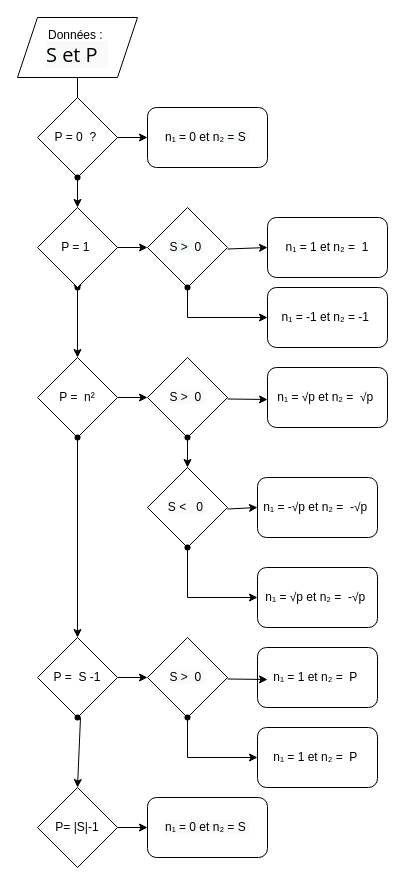
Earlier version of the draw.io diagram Algorithmique/Figures/Deroule.drawio (dhenin/Repository). Source tidied: cells renumbered, new cells numbered last; positions are measured from the earlier drawing's top-left corner, leaving out a move shared by most shapes. Both pictures are drawn from the tidied source at 100%, with x=0, y=0 at pixel (17, 17).
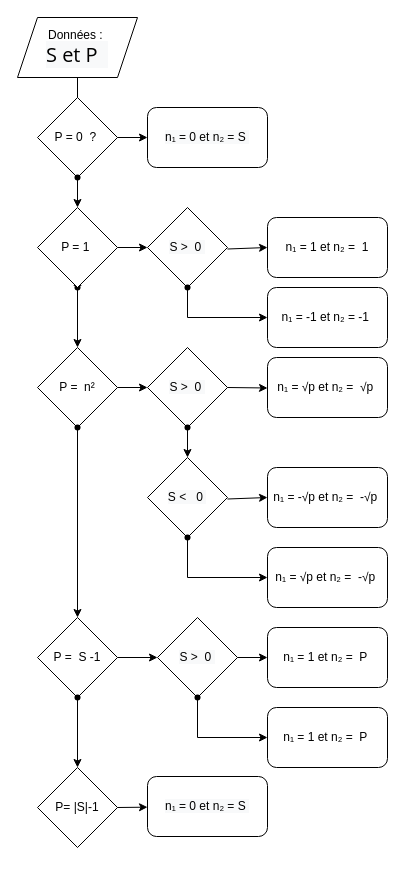
The same diagram, later.

Commit message (it also covers changes not shown here):
Mettre à jour Deroule.drawio

Change to the diagram source:
```diff
@@
     <mxCell id="11" style="endArrow=classic;html=1;rounded=0;exitDx=0;exitDy=0;" parent="1" edge="1" source="34">
       <mxGeometry relative="1" as="geometry">
-        <mxPoint x="59.5" y="415" as="targetPoint" />
+        <mxPoint x="59.5" y="405" as="targetPoint" />
         <Array as="points">
-          <mxPoint x="60" y="390" />
+          <mxPoint x="60" y="380" />
         </Array>
       </mxGeometry>
     </mxCell>
@@
     <mxCell id="18" value="&lt;span style=&quot;color: rgb(0, 0, 0); font-family: Helvetica, &amp;quot;VP Default&amp;quot;; font-size: 12px; font-style: normal; font-variant-ligatures: normal; font-variant-caps: normal; font-weight: 400; letter-spacing: normal; orphans: 2; text-align: center; text-indent: 0px; text-transform: none; widows: 2; word-spacing: 0px; -webkit-text-stroke-width: 0px; background-color: rgb(248, 249, 250); text-decoration-thickness: initial; text-decoration-style: initial; text-decoration-color: initial; float: none; display: inline !important;&quot;&gt;S &amp;gt;&amp;nbsp; 0&amp;nbsp;&lt;/span&gt;" style="rhombus;whiteSpace=wrap;html=1;" parent="1" vertex="1">
-      <mxGeometry x="130" y="340" width="80" height="80" as="geometry" />
+      <mxGeometry x="130" y="330" width="80" height="80" as="geometry" />
     </mxCell>
     <mxCell id="19" style="shape=waypoint;sketch=0;fillStyle=solid;size=6;fillColor=none;perimeter=centerPerimeter;" parent="1" vertex="1">
-      <mxGeometry x="160" y="410" width="20" height="20" as="geometry" />
+      <mxGeometry x="160" y="400" width="20" height="20" as="geometry" />
     </mxCell>
     <mxCell id="20" value="n₁ = √p et n₂ =&amp;nbsp; √p&amp;nbsp;" style="rounded=1;whiteSpace=wrap;html=1;" parent="1" vertex="1">
-      <mxGeometry x="250" y="350" width="120" height="60" as="geometry" />
+      <mxGeometry x="250" y="340" width="120" height="60" as="geometry" />
     </mxCell>
     <mxCell id="21" style="endArrow=classic;html=1;rounded=0;exitX=1;exitY=0.5;exitDx=0;exitDy=0;" parent="1" edge="1">
       <mxGeometry relative="1" as="geometry">
-        <mxPoint x="210" y="381.5" as="sourcePoint" />
-        <mxPoint x="250" y="382" as="targetPoint" />
+        <mxPoint x="210" y="370" as="sourcePoint" />
+        <mxPoint x="250" y="370.5" as="targetPoint" />
       </mxGeometry>
     </mxCell>
     <mxCell id="22" value="n₁ = -√p et n₂ =&amp;nbsp; -√p&amp;nbsp;" style="rounded=1;whiteSpace=wrap;html=1;" parent="1" vertex="1">
-      <mxGeometry x="240" y="460" width="120" height="60" as="geometry" />
+      <mxGeometry x="250" y="450" width="120" height="60" as="geometry" />
     </mxCell>
     <mxCell id="23" value="&lt;span style=&quot;color: rgb(0, 0, 0); font-family: Helvetica, &amp;quot;VP Default&amp;quot;; font-size: 12px; font-style: normal; font-variant-ligatures: normal; font-variant-caps: normal; font-weight: 400; letter-spacing: normal; orphans: 2; text-align: center; text-indent: 0px; text-transform: none; widows: 2; word-spacing: 0px; -webkit-text-stroke-width: 0px; background-color: rgb(248, 249, 250); text-decoration-thickness: initial; text-decoration-style: initial; text-decoration-color: initial; float: none; display: inline !important;&quot;&gt;S &amp;lt;&amp;nbsp;&amp;nbsp; 0&amp;nbsp;&lt;/span&gt;" style="rhombus;whiteSpace=wrap;html=1;" parent="1" vertex="1">
-      <mxGeometry x="130" y="450" width="80" height="80" as="geometry" />
+      <mxGeometry x="130" y="440" width="80" height="80" as="geometry" />
     </mxCell>
     <mxCell id="24" style="shape=waypoint;sketch=0;fillStyle=solid;size=6;fillColor=none;perimeter=centerPerimeter;" parent="1" vertex="1">
-      <mxGeometry x="160" y="520" width="20" height="20" as="geometry" />
+      <mxGeometry x="160" y="510" width="20" height="20" as="geometry" />
     </mxCell>
     <mxCell id="25" value="n₁ = √p et n₂ =&amp;nbsp; -√p&amp;nbsp;" style="rounded=1;whiteSpace=wrap;html=1;" parent="1" vertex="1">
-      <mxGeometry x="240" y="550" width="120" height="60" as="geometry" />
+      <mxGeometry x="250" y="530" width="120" height="60" as="geometry" />
     </mxCell>
     <mxCell id="26" style="endArrow=classic;html=1;rounded=0;exitX=1;exitY=0.5;exitDx=0;exitDy=0;entryX=0.5;entryY=0;entryDx=0;entryDy=0;" parent="1" edge="1" target="23">
       <mxGeometry relative="1" as="geometry">
-        <mxPoint x="170" y="420" as="sourcePoint" />
+        <mxPoint x="170" y="410" as="sourcePoint" />
       </mxGeometry>
     </mxCell>
     <mxCell id="27" style="endArrow=classic;html=1;rounded=0;exitX=1;exitY=0.5;exitDx=0;exitDy=0;entryX=0;entryY=0.5;entryDx=0;entryDy=0;" parent="1" edge="1" target="22">
       <mxGeometry relative="1" as="geometry">
-        <mxPoint x="210" y="491.5" as="sourcePoint" />
+        <mxPoint x="210" y="481.5" as="sourcePoint" />
       </mxGeometry>
     </mxCell>
-    <mxCell id="28" style="endArrow=classic;html=1;rounded=0;exitX=1;exitY=0.5;exitDx=0;exitDy=0;entryX=0;entryY=0.5;entryDx=0;entryDy=0;" parent="1" edge="1" target="25">
-      <mxGeometry relative="1" as="geometry">
-        <mxPoint x="170" y="531.5" as="sourcePoint" />
-        <Array as="points">
-          <mxPoint x="170" y="580" />
-        </Array>
-      </mxGeometry>
-    </mxCell>
@@
     <mxCell id="34" value="P =&amp;nbsp; n²" style="rhombus;whiteSpace=wrap;html=1;" parent="1" vertex="1">
-      <mxGeometry x="20" y="340" width="80" height="80" as="geometry" />
+      <mxGeometry x="20" y="330" width="80" height="80" as="geometry" />
     </mxCell>
-    <mxCell id="35" style="endArrow=classic;html=1;rounded=0;exitDx=0;exitDy=0;" parent="1" edge="1" source="48">
-      <mxGeometry relative="1" as="geometry">
-        <mxPoint x="59.5" y="695" as="targetPoint" />
-        <Array as="points">
-          <mxPoint x="60" y="670" />
-        </Array>
-      </mxGeometry>
-    </mxCell>
@@
     <mxCell id="37" value="&lt;span style=&quot;color: rgb(0, 0, 0); font-family: Helvetica, &amp;quot;VP Default&amp;quot;; font-size: 12px; font-style: normal; font-variant-ligatures: normal; font-variant-caps: normal; font-weight: 400; letter-spacing: normal; orphans: 2; text-align: center; text-indent: 0px; text-transform: none; widows: 2; word-spacing: 0px; -webkit-text-stroke-width: 0px; background-color: rgb(248, 249, 250); text-decoration-thickness: initial; text-decoration-style: initial; text-decoration-color: initial; float: none; display: inline !important;&quot;&gt;S &amp;gt;&amp;nbsp; 0&amp;nbsp;&lt;/span&gt;" style="rhombus;whiteSpace=wrap;html=1;" parent="1" vertex="1">
-      <mxGeometry x="130" y="620" width="80" height="80" as="geometry" />
+      <mxGeometry x="140" y="600" width="80" height="80" as="geometry" />
     </mxCell>
-    <mxCell id="38" style="shape=waypoint;sketch=0;fillStyle=solid;size=6;points=[];fillColor=none;perimeter=centerPerimeter;snapToPoint=1;" parent="1" vertex="1">
-      <mxGeometry x="160" y="690" width="20" height="20" as="geometry" />
-    </mxCell>
     <mxCell id="39" value="n₁ = 1 et n₂ =&amp;nbsp; P&amp;nbsp;" style="rounded=1;whiteSpace=wrap;html=1;" parent="1" vertex="1">
-      <mxGeometry x="240" y="630" width="120" height="60" as="geometry" />
+      <mxGeometry x="250" y="610" width="120" height="60" as="geometry" />
     </mxCell>
-    <mxCell id="40" style="endArrow=classic;html=1;rounded=0;exitX=1;exitY=0.5;exitDx=0;exitDy=0;" parent="1" edge="1">
+    <mxCell id="40" style="endArrow=classic;html=1;rounded=0;" parent="1" edge="1">
       <mxGeometry relative="1" as="geometry">
-        <mxPoint x="210" y="661.5" as="sourcePoint" />
-        <mxPoint x="250" y="662" as="targetPoint" />
+        <mxPoint x="220" y="640" as="sourcePoint" />
+        <mxPoint x="250" y="640" as="targetPoint" />
       </mxGeometry>
     </mxCell>
     <mxCell id="41" value="n₁ = 1 et n₂ =&amp;nbsp; P&amp;nbsp;" style="rounded=1;whiteSpace=wrap;html=1;" parent="1" vertex="1">
-      <mxGeometry x="240" y="710" width="120" height="60" as="geometry" />
+      <mxGeometry x="250" y="690" width="120" height="60" as="geometry" />
     </mxCell>
-    <mxCell id="42" style="endArrow=classic;html=1;rounded=0;exitX=1;exitY=0.5;exitDx=0;exitDy=0;entryX=0;entryY=0.5;entryDx=0;entryDy=0;" parent="1" edge="1" target="41">
+    <mxCell id="42" style="endArrow=classic;html=1;rounded=0;exitDx=0;exitDy=0;entryX=0;entryY=0.5;entryDx=0;entryDy=0;" parent="1" edge="1" source="38" target="41">
       <mxGeometry relative="1" as="geometry">
-        <mxPoint x="170" y="700" as="sourcePoint" />
         <Array as="points">
-          <mxPoint x="170" y="740" />
+          <mxPoint x="180" y="720" />
         </Array>
       </mxGeometry>
     </mxCell>
     <mxCell id="43" value="P =&amp;nbsp; S -1" style="rhombus;whiteSpace=wrap;html=1;" parent="1" vertex="1">
-      <mxGeometry x="20" y="620" width="80" height="80" as="geometry" />
+      <mxGeometry x="20" y="600" width="80" height="80" as="geometry" />
     </mxCell>
@@
     <mxCell id="45" style="endArrow=classic;html=1;rounded=0;exitDx=0;exitDy=0;entryDx=0;entryDy=0;" parent="1" edge="1" target="46">
       <mxGeometry relative="1" as="geometry">
-        <mxPoint x="59.5" y="420" as="sourcePoint" />
+        <mxPoint x="59.5" y="410" as="sourcePoint" />
       </mxGeometry>
     </mxCell>
     <mxCell id="46" style="shape=waypoint;sketch=0;fillStyle=solid;size=6;points=[];fillColor=none;perimeter=centerPerimeter;snapToPoint=1;" parent="1" vertex="1">
-      <mxGeometry x="50" y="410" width="20" height="20" as="geometry" />
+      <mxGeometry x="50" y="400" width="20" height="20" as="geometry" />
     </mxCell>
-    <mxCell id="47" style="endArrow=classic;html=1;rounded=0;exitDx=0;exitDy=0;" parent="1" edge="1" source="43" target="48">
-      <mxGeometry relative="1" as="geometry" />
-    </mxCell>
-    <mxCell id="48" style="shape=waypoint;sketch=0;fillStyle=solid;size=6;points=[];fillColor=none;perimeter=centerPerimeter;snapToPoint=1;" parent="1" vertex="1">
-      <mxGeometry x="50" y="690" width="20" height="20" as="geometry" />
-    </mxCell>
     <mxCell id="49" value="P= |S|-1" style="rhombus;whiteSpace=wrap;html=1;" parent="1" vertex="1">
-      <mxGeometry x="20" y="770" width="80" height="80" as="geometry" />
+      <mxGeometry x="20" y="750" width="80" height="80" as="geometry" />
     </mxCell>
@@
     <mxCell id="51" value="&lt;span style=&quot;color: rgb(0, 0, 0); font-family: Helvetica, &amp;quot;VP Default&amp;quot;; font-size: 12px; font-style: normal; font-variant-ligatures: normal; font-variant-caps: normal; font-weight: 400; letter-spacing: normal; orphans: 2; text-align: center; text-indent: 0px; text-transform: none; widows: 2; word-spacing: 0px; -webkit-text-stroke-width: 0px; background-color: rgb(248, 249, 250); text-decoration-thickness: initial; text-decoration-style: initial; text-decoration-color: initial; float: none; display: inline !important;&quot;&gt;n₁ = 0 et n₂ = S&amp;nbsp;&lt;/span&gt;" style="rounded=1;whiteSpace=wrap;html=1;" parent="1" vertex="1">
-      <mxGeometry x="130" y="780" width="120" height="60" as="geometry" />
+      <mxGeometry x="130" y="759" width="120" height="60" as="geometry" />
     </mxCell>
-    <mxCell id="52" style="endArrow=classic;html=1;rounded=0;exitX=0.5;exitY=1;exitDx=0;exitDy=0;entryDx=0;entryDy=0;" parent="1" edge="1" source="49">
-      <mxGeometry relative="1" as="geometry">
-        <mxPoint x="60" y="850" as="targetPoint" />
-      </mxGeometry>
-    </mxCell>
-    <mxCell id="53" style="endArrow=classic;html=1;rounded=0;exitDx=0;exitDy=0;" parent="1" edge="1">
-      <mxGeometry relative="1" as="geometry">
-        <mxPoint x="63" y="700" as="sourcePoint" />
-        <mxPoint x="60" y="770" as="targetPoint" />
-      </mxGeometry>
+    <mxCell id="53" style="endArrow=classic;html=1;rounded=0;entryX=0.5;entryY=0;entryDx=0;entryDy=0;" parent="1" edge="1" source="56" target="49">
+      <mxGeometry relative="1" as="geometry" />
     </mxCell>
+    <mxCell id="54" style="endArrow=classic;html=1;rounded=0;entryX=0;entryY=0.5;entryDx=0;entryDy=0;" parent="1" edge="1" target="25">
+      <mxGeometry relative="1" as="geometry">
+        <mxPoint x="170" y="520" as="sourcePoint" />
+        <Array as="points">
+          <mxPoint x="170" y="560" />
+        </Array>
+      </mxGeometry>
+    </mxCell>
+    <mxCell id="55" style="endArrow=classic;html=1;rounded=0;exitX=0.5;exitY=1;exitDx=0;exitDy=0;entryDx=0;entryDy=0;" parent="1" edge="1" source="37" target="38">
+      <mxGeometry relative="1" as="geometry" />
+    </mxCell>
+    <mxCell id="38" style="shape=waypoint;sketch=0;fillStyle=solid;size=6;points=[];fillColor=none;perimeter=centerPerimeter;snapToPoint=1;" parent="1" vertex="1">
+      <mxGeometry x="170" y="670" width="20" height="20" as="geometry" />
+    </mxCell>
+    <mxCell id="56" style="shape=waypoint;sketch=0;fillStyle=solid;size=6;points=[];fillColor=none;perimeter=centerPerimeter;snapToPoint=1;" parent="1" vertex="1">
+      <mxGeometry x="50" y="670" width="20" height="20" as="geometry" />
+    </mxCell>
```
